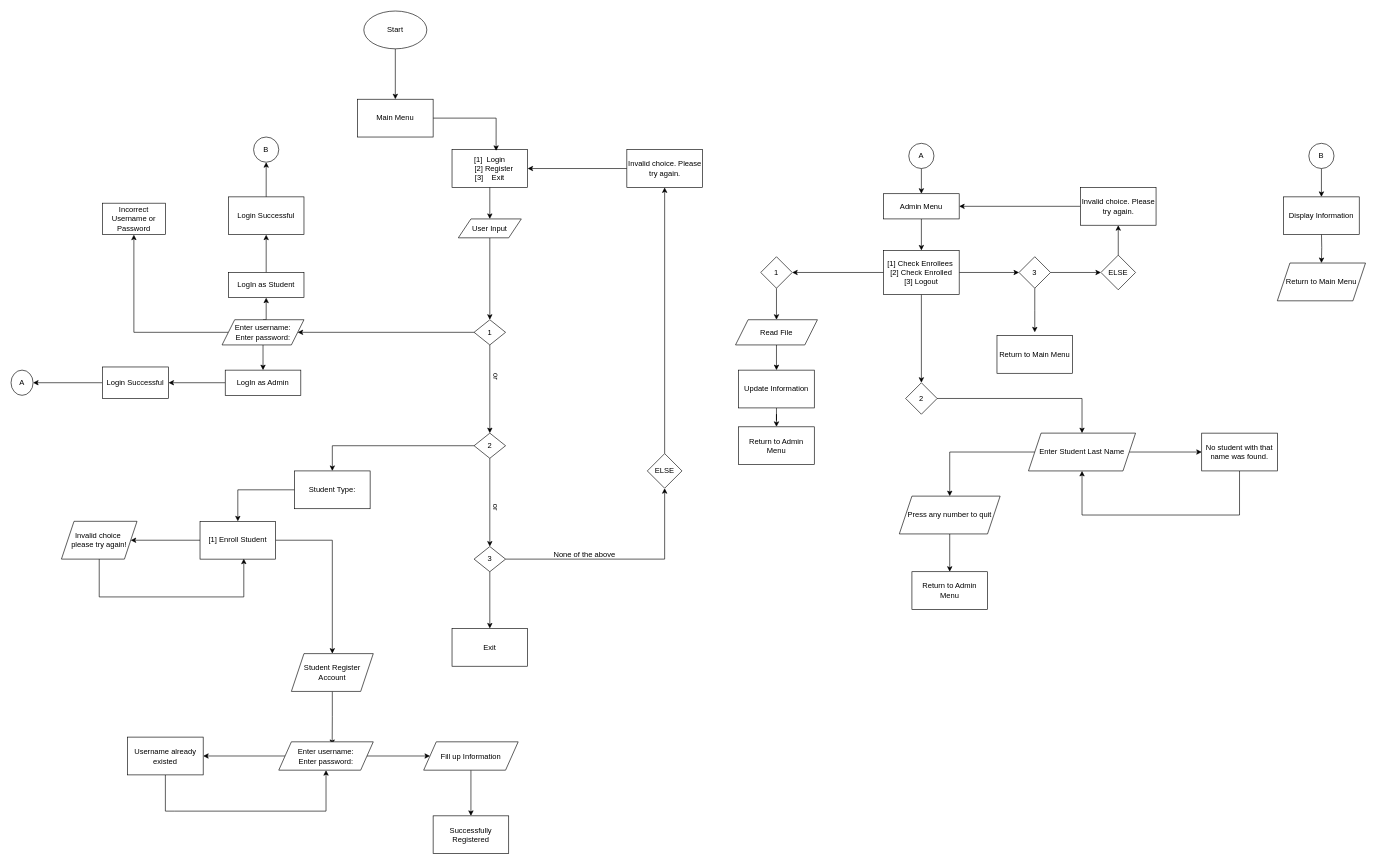
The draw.io diagram Untitled Diagram.drawio in Lolobays/Inventory-System, before the edit. Source tidied: cells renumbered, new cells numbered last; positions are measured from the earlier drawing's top-left corner, leaving out a move shared by most shapes. Both pictures are drawn from the tidied source at 63%, with x=0, y=0 at pixel (11, 11).
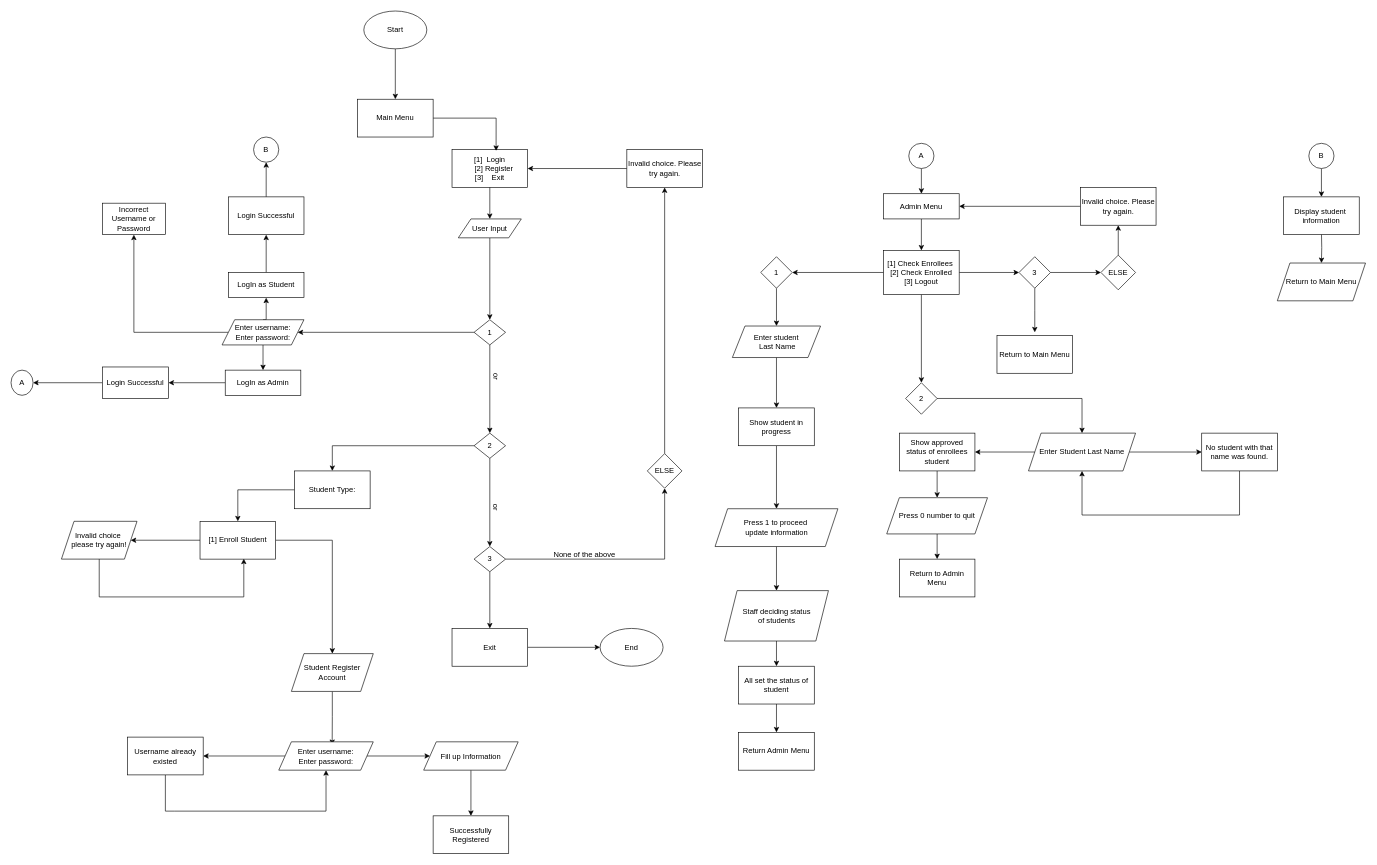
After the change.

The change refers to these unchanged cells:
```xml
<mxCell id="52" value="Exit" style="whiteSpace=wrap;html=1;" parent="1" vertex="1">
  <mxGeometry x="700" y="980" width="120" height="60" as="geometry" />
</mxCell>
<mxCell id="55" value="Enter Student Last Name" style="shape=parallelogram;perimeter=parallelogramPerimeter;whiteSpace=wrap;html=1;fixedSize=1;rounded=0;" parent="1" vertex="1">
  <mxGeometry x="1615" y="670" width="170" height="60" as="geometry" />
</mxCell>
```

The edit, as a diff of the source:
```diff
@@
-    <mxCell id="25" value="Read File" style="shape=parallelogram;perimeter=parallelogramPerimeter;whiteSpace=wrap;html=1;fixedSize=1;" parent="1" vertex="1">
-      <mxGeometry x="1150" y="490" width="130" height="40" as="geometry" />
+    <mxCell id="25" value="Enter student&lt;br&gt;&amp;nbsp;Last Name" style="shape=parallelogram;perimeter=parallelogramPerimeter;whiteSpace=wrap;html=1;fixedSize=1;" parent="1" vertex="1">
+      <mxGeometry x="1145" y="500" width="140" height="50" as="geometry" />
     </mxCell>
-    <mxCell id="26" style="edgeStyle=orthogonalEdgeStyle;rounded=0;jettySize=auto;html=1;" parent="1" edge="1" source="27" target="32">
+    <mxCell id="26" style="edgeStyle=orthogonalEdgeStyle;rounded=0;jettySize=auto;html=1;entryX=0.5;entryY=0;entryDx=0;entryDy=0;" parent="1" edge="1" source="27" target="103">
       <mxGeometry relative="1" as="geometry" />
     </mxCell>
-    <mxCell id="27" value="Update Information" style="rounded=0;whiteSpace=wrap;html=1;align=center;" parent="1" vertex="1">
-      <mxGeometry x="1155" y="570" width="120" height="60" as="geometry" />
+    <mxCell id="27" value="Show student in progress" style="rounded=0;whiteSpace=wrap;html=1;align=center;" parent="1" vertex="1">
+      <mxGeometry x="1155" y="630" width="120" height="60" as="geometry" />
     </mxCell>
@@
-    <mxCell id="32" value="Return to Admin Menu" style="whiteSpace=wrap;html=1;rounded=0;" parent="1" vertex="1">
-      <mxGeometry x="1155" y="660" width="120" height="60" as="geometry" />
-    </mxCell>
@@
-    <mxCell id="36" value="Press any number to quit" style="shape=parallelogram;perimeter=parallelogramPerimeter;whiteSpace=wrap;html=1;fixedSize=1;rounded=0;" parent="1" vertex="1">
-      <mxGeometry x="1410" y="770" width="160" height="60" as="geometry" />
+    <mxCell id="36" value="Press 0 number to quit" style="shape=parallelogram;perimeter=parallelogramPerimeter;whiteSpace=wrap;html=1;fixedSize=1;rounded=0;" parent="1" vertex="1">
+      <mxGeometry x="1390" y="772.5" width="160" height="57.5" as="geometry" />
     </mxCell>
     <mxCell id="37" value="Return to Admin Menu" style="whiteSpace=wrap;html=1;rounded=0;" parent="1" vertex="1">
-      <mxGeometry x="1430" y="890" width="120" height="60" as="geometry" />
+      <mxGeometry x="1410" y="870" width="120" height="60" as="geometry" />
     </mxCell>
@@
+    <mxCell id="99" style="edgeStyle=orthogonalEdgeStyle;rounded=0;jettySize=auto;html=1;exitX=1;exitY=0.5;exitDx=0;exitDy=0;" parent="1" edge="1" source="52" target="109">
+      <mxGeometry relative="1" as="geometry" />
+    </mxCell>
@@
-    <mxCell id="53" style="edgeStyle=orthogonalEdgeStyle;rounded=0;jettySize=auto;html=1;exitX=0;exitY=0.5;exitDx=0;exitDy=0;" parent="1" edge="1" source="55" target="36">
+    <mxCell id="53" style="edgeStyle=orthogonalEdgeStyle;rounded=0;jettySize=auto;html=1;exitX=0.5;exitY=1;exitDx=0;exitDy=0;" parent="1" edge="1" source="101" target="36">
       <mxGeometry relative="1" as="geometry" />
     </mxCell>
@@
-    <mxCell id="75" value="Display Information" style="whiteSpace=wrap;html=1;" parent="1" vertex="1">
+    <mxCell id="75" value="Display student&amp;nbsp;&lt;br&gt;information" style="whiteSpace=wrap;html=1;" parent="1" vertex="1">
       <mxGeometry x="2020" y="295" width="120" height="60" as="geometry" />
     </mxCell>
@@
+    <mxCell id="100" style="edgeStyle=orthogonalEdgeStyle;rounded=0;jettySize=auto;html=1;exitX=0;exitY=0.5;exitDx=0;exitDy=0;" parent="1" edge="1" source="55" target="101">
+      <mxGeometry relative="1" as="geometry" />
+    </mxCell>
+    <mxCell id="101" value="Show approved status of enrollees student" style="rounded=0;whiteSpace=wrap;html=1;" parent="1" vertex="1">
+      <mxGeometry x="1410" y="670" width="120" height="60" as="geometry" />
+    </mxCell>
+    <mxCell id="102" style="edgeStyle=orthogonalEdgeStyle;rounded=0;jettySize=auto;html=1;entryX=0.5;entryY=0;entryDx=0;entryDy=0;" parent="1" edge="1" source="103" target="105">
+      <mxGeometry relative="1" as="geometry" />
+    </mxCell>
+    <mxCell id="103" value="Press 1 to proceed&amp;nbsp;&lt;br&gt;update information" style="shape=parallelogram;perimeter=parallelogramPerimeter;whiteSpace=wrap;html=1;fixedSize=1;" parent="1" vertex="1">
+      <mxGeometry x="1117.5" y="790" width="195" height="60" as="geometry" />
+    </mxCell>
+    <mxCell id="104" style="edgeStyle=orthogonalEdgeStyle;rounded=0;jettySize=auto;html=1;" parent="1" edge="1" source="105" target="107">
+      <mxGeometry relative="1" as="geometry" />
+    </mxCell>
+    <mxCell id="105" value="Staff deciding status&lt;br&gt;of students" style="shape=parallelogram;perimeter=parallelogramPerimeter;whiteSpace=wrap;html=1;fixedSize=1;" parent="1" vertex="1">
+      <mxGeometry x="1132.5" y="920" width="165" height="80" as="geometry" />
+    </mxCell>
+    <mxCell id="106" style="edgeStyle=orthogonalEdgeStyle;rounded=0;jettySize=auto;html=1;" parent="1" edge="1" source="107" target="108">
+      <mxGeometry relative="1" as="geometry" />
+    </mxCell>
+    <mxCell id="107" value="All set the status of student" style="whiteSpace=wrap;html=1;" parent="1" vertex="1">
+      <mxGeometry x="1155" y="1040" width="120" height="60" as="geometry" />
+    </mxCell>
+    <mxCell id="108" value="Return Admin Menu" style="whiteSpace=wrap;html=1;" parent="1" vertex="1">
+      <mxGeometry x="1155" y="1145" width="120" height="60" as="geometry" />
+    </mxCell>
+    <mxCell id="109" value="End" style="ellipse;whiteSpace=wrap;html=1;" parent="1" vertex="1">
+      <mxGeometry x="935" y="980" width="100" height="60" as="geometry" />
+    </mxCell>
```
